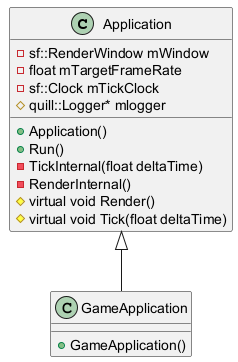
eddieho2001/LightYearsGame keeps this PlantUML diagram as docs/UMLClassesDiagrams/LightYearsGameArch.png. Above is the earlier version. Its diagram source:
```plantuml
@startuml

class Application{
	-sf::RenderWindow mWindow
	-float mTargetFrameRate
	-sf::Clock mTickClock
	+Application()
	+Run()
	-TickInternal(float deltaTime)
	-RenderInternal()
	#virtual void Render()
	#virtual void Tick(float deltaTime)
	#quill::Logger* mlogger
}


class GameApplication{
	+GameApplication()
}

Application <|--GameApplication



@enduml
```
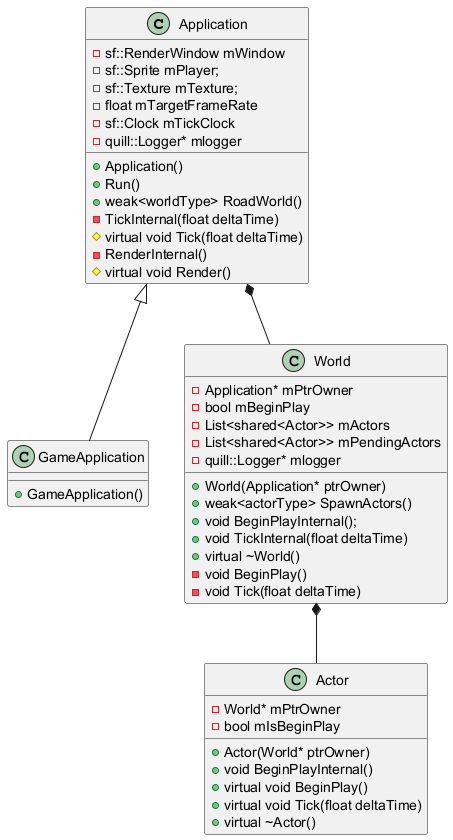
The same diagram one commit later.

Commit message:
Successfully create and test Actor class

What changed in the source:
```diff
@@ -2,24 +2,51 @@
 
 class Application{
 	-sf::RenderWindow mWindow
+	-sf::Sprite mPlayer;
+	-sf::Texture mTexture;
 	-float mTargetFrameRate
 	-sf::Clock mTickClock
+	-quill::Logger* mlogger
 	+Application()
 	+Run()
+	+weak<worldType> RoadWorld()
 	-TickInternal(float deltaTime)
+	#virtual void Tick(float deltaTime)
 	-RenderInternal()
 	#virtual void Render()
-	#virtual void Tick(float deltaTime)
-	#quill::Logger* mlogger
 }
-
 
 class GameApplication{
 	+GameApplication()
 }
 
+class World{
+	-Application* mPtrOwner
+	-bool mBeginPlay
+	-List<shared<Actor>> mActors
+	-List<shared<Actor>> mPendingActors
+	-quill::Logger* mlogger
+	+World(Application* ptrOwner)
+	+weak<actorType> SpawnActors()
+	+void BeginPlayInternal();
+	+void TickInternal(float deltaTime)
+	+virtual ~World()
+    -void BeginPlay()
+	-void Tick(float deltaTime)
+}
+
+class Actor{
+	-World* mPtrOwner
+	-bool mIsBeginPlay
+	+Actor(World* ptrOwner)
+	+void BeginPlayInternal()
+	+virtual void BeginPlay()
+	+virtual void Tick(float deltaTime)
+	+virtual ~Actor()
+}
+
 Application <|--GameApplication
-
-
+Application *--World
+World *--Actor
 
 @enduml
```
